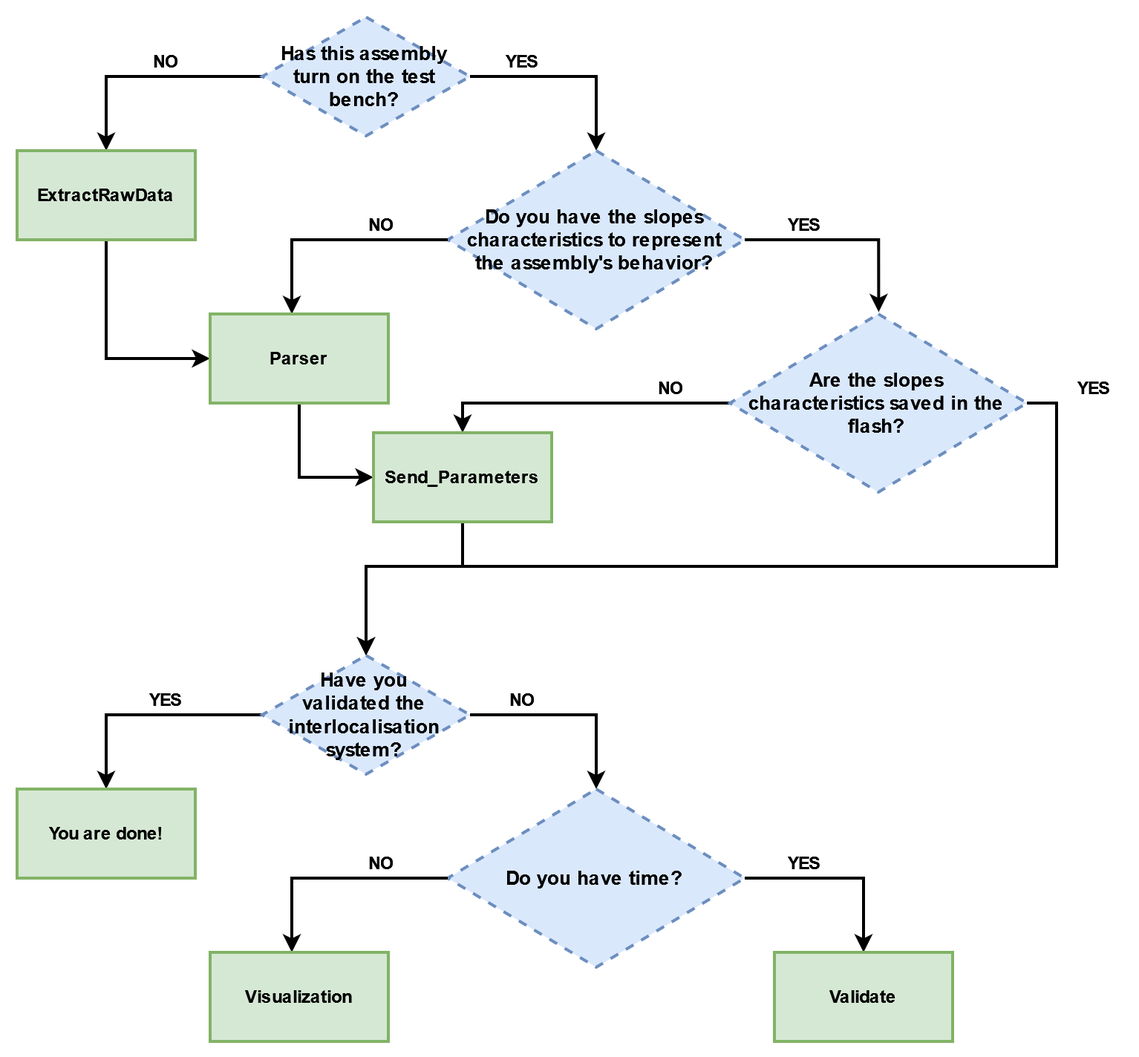
Earlier version of the draw.io export img/calibration_flow.png (SwarmUS/TestBench-Python). Source tidied: cells renumbered, new cells last; positions are measured from the earlier drawing's top-left corner, leaving out a move shared by most shapes.
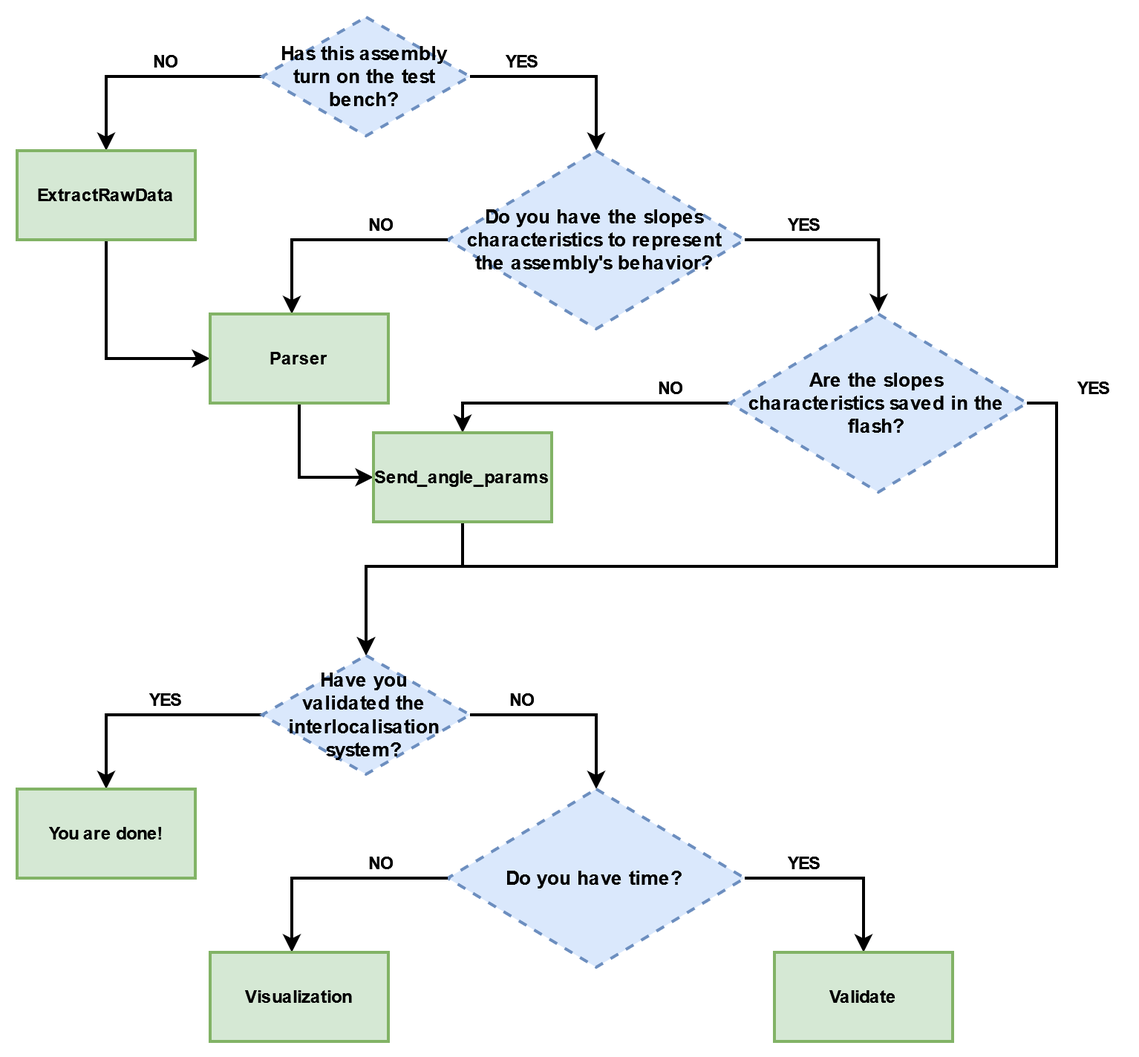
Above is the later version.

Diff of the diagram source:
```diff
@@ -134,7 +134,7 @@
     <mxCell id="38" value="You are done!" style="rounded=0;whiteSpace=wrap;html=1;strokeWidth=2;fontStyle=1;fillColor=#d5e8d4;strokeColor=#82b366;fontColor=#000000;" parent="1" vertex="1">
       <mxGeometry y="520" width="120" height="60" as="geometry" />
     </mxCell>
-    <mxCell id="39" value="Send_Parameters" style="rounded=0;whiteSpace=wrap;html=1;strokeWidth=2;fontStyle=1;fillColor=#d5e8d4;strokeColor=#82b366;fontColor=#000000;" parent="1" vertex="1">
+    <mxCell id="39" value="Send_angle_params" style="rounded=0;whiteSpace=wrap;html=1;strokeWidth=2;fontStyle=1;fillColor=#d5e8d4;strokeColor=#82b366;fontColor=#000000;" parent="1" vertex="1">
       <mxGeometry x="240" y="280" width="120" height="60" as="geometry" />
     </mxCell>
   </root>
```
